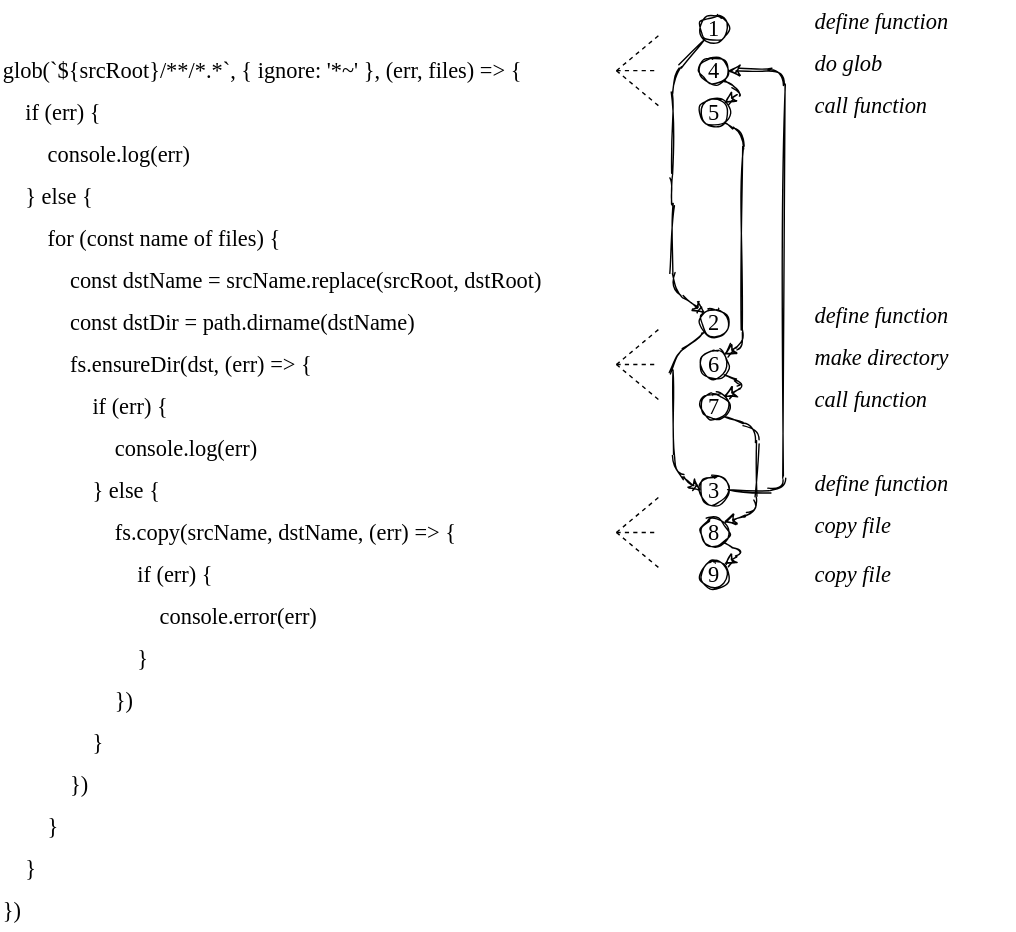
Above: en/docs/systems-programming/triple-callback.svg in gvwilson/sdxjs (draw.io), before the change. Source tidied: cells renumbered, new cells last; positions are measured from the earlier drawing's top-left corner, leaving out a move shared by most shapes.
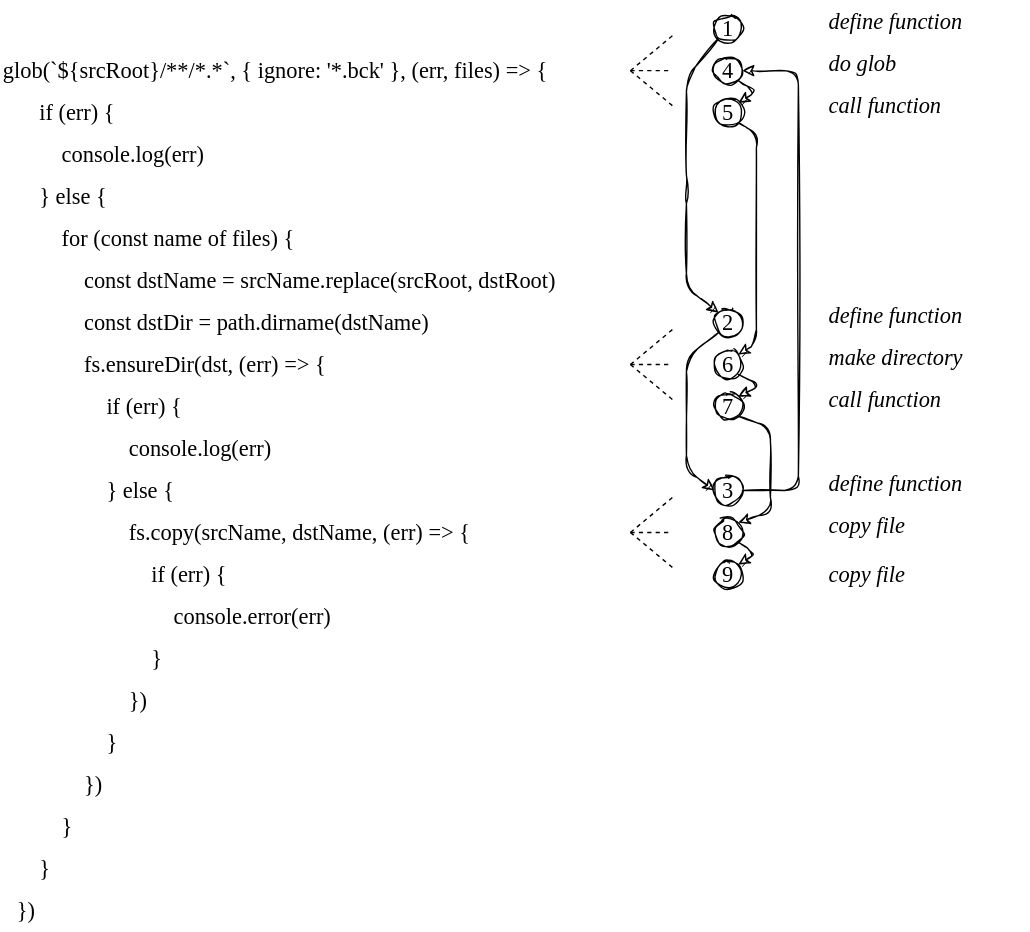
The same diagram one commit later.

Change to the diagram source:
```diff
@@ -2,8 +2,8 @@
   <root>
     <mxCell id="0" />
     <mxCell id="1" parent="0" />
-    <mxCell id="2" value="&lt;font face=&quot;Comic Sans MS&quot; style=&quot;font-size: 16px&quot;&gt;glob(`${srcRoot}/**/*.*`, { ignore: '*~' }, (err, files) =&amp;gt; {&lt;/font&gt;" style="text;html=1;fillColor=none;align=left;verticalAlign=middle;whiteSpace=wrap;rounded=0;sketch=1;" parent="1" vertex="1">
-      <mxGeometry y="35" width="440" height="30" as="geometry" />
+    <mxCell id="2" value="&lt;font face=&quot;Comic Sans MS&quot; style=&quot;font-size: 16px&quot;&gt;glob(`${srcRoot}/**/*.*`, { ignore: '*.bck' }, (err, files) =&amp;gt; {&lt;/font&gt;" style="text;html=1;fillColor=none;align=left;verticalAlign=middle;whiteSpace=wrap;rounded=0;sketch=1;" parent="1" vertex="1">
+      <mxGeometry x="-10" y="35" width="450" height="30" as="geometry" />
     </mxCell>
     <mxCell id="3" value="&lt;font face=&quot;Comic Sans MS&quot;&gt;&lt;span style=&quot;font-size: 16px&quot;&gt;&amp;nbsp; &amp;nbsp; &amp;nbsp; &amp;nbsp; &amp;nbsp; &amp;nbsp; const dstName = srcName.replace(srcRoot, dstRoot)&lt;/span&gt;&lt;/font&gt;" style="text;html=1;fillColor=none;align=left;verticalAlign=middle;whiteSpace=wrap;rounded=0;sketch=1;" parent="1" vertex="1">
       <mxGeometry y="185" width="460" height="30" as="geometry" />
```
